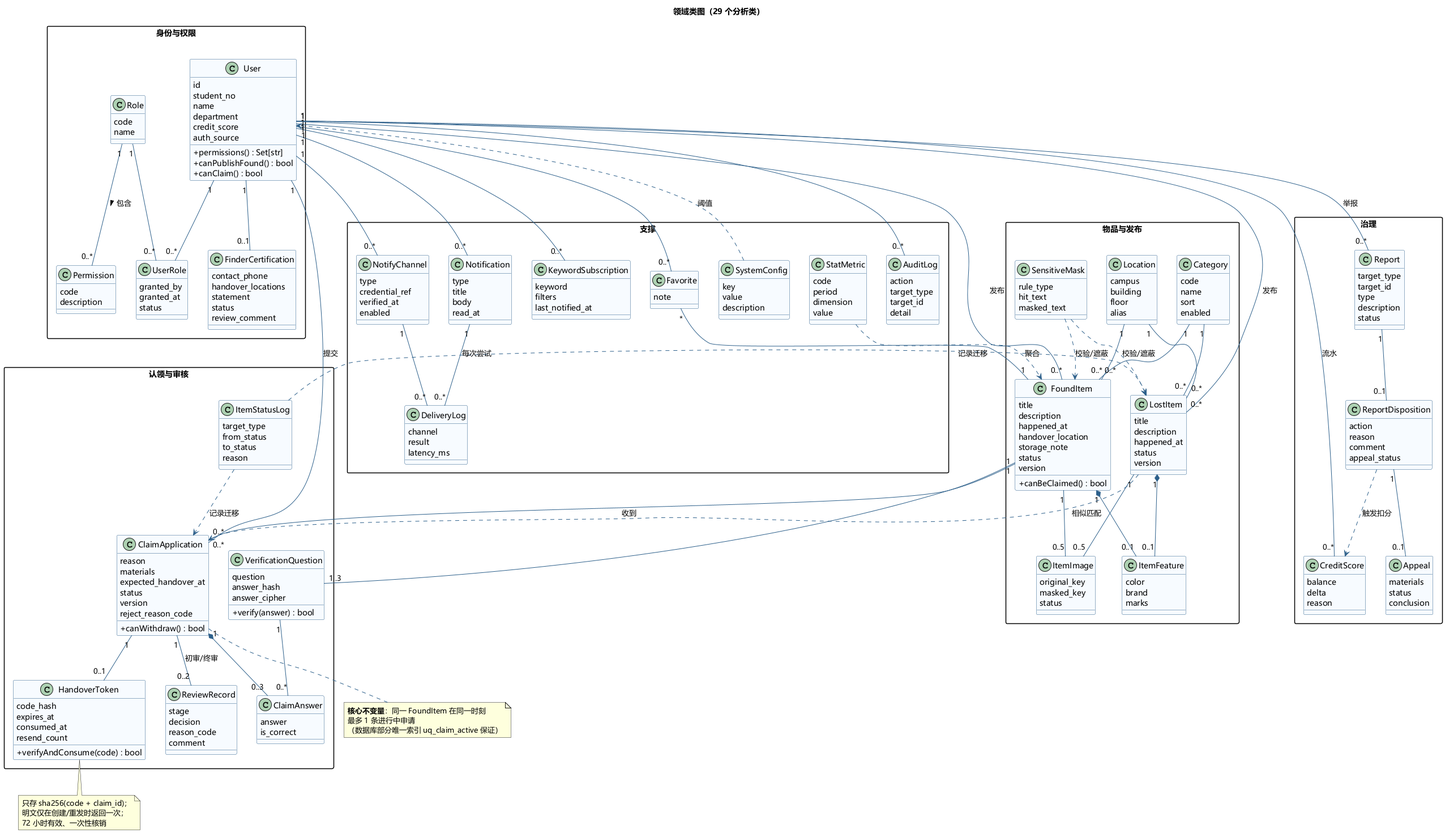
Earlier version of the PlantUML export docs/assets/domain.png (phao90016-jpg/Tongji-campus-lost-found). The source it was exported from:
```plantuml
@startuml domain
title 领域类图（29 个分析类）

skinparam shadowing false
skinparam defaultFontName "Microsoft YaHei"
skinparam classAttributeIconSize 0
skinparam packageStyle rectangle
skinparam class {
  BackgroundColor #F7FBFF
  BorderColor #2C5F8A
  ArrowColor #2C5F8A
}

package "身份与权限" {
  class User {
    id
    student_no
    name
    department
    credit_score
    auth_source
    + permissions() : Set[str]
    + canPublishFound() : bool
    + canClaim() : bool
  }
  class Role {
    code
    name
  }
  class Permission {
    code
    description
  }
  class UserRole {
    granted_by
    granted_at
    status
  }
  class FinderCertification {
    contact_phone
    handover_locations
    statement
    status
    review_comment
  }
}

package "物品与发布" {
  class Category {
    code
    name
    sort
    enabled
  }
  class Location {
    campus
    building
    floor
    alias
  }
  class LostItem {
    title
    description
    happened_at
    status
    version
  }
  class FoundItem {
    title
    description
    happened_at
    handover_location
    storage_note
    status
    version
    + canBeClaimed() : bool
  }
  class ItemImage {
    original_key
    masked_key
    status
  }
  class ItemFeature {
    color
    brand
    marks
  }
  class SensitiveMask {
    rule_type
    hit_text
    masked_text
  }
}

package "认领与审核" {
  class ClaimApplication {
    reason
    materials
    expected_handover_at
    status
    version
    reject_reason_code
    + canWithdraw() : bool
  }
  class VerificationQuestion {
    question
    answer_hash
    answer_cipher
    + verify(answer) : bool
  }
  class ClaimAnswer {
    answer
    is_correct
  }
  class ReviewRecord {
    stage
    decision
    reason_code
    comment
  }
  class HandoverToken {
    code_hash
    expires_at
    consumed_at
    resend_count
    + verifyAndConsume(code) : bool
  }
  class ItemStatusLog {
    target_type
    from_status
    to_status
    reason
  }
}

package "治理" {
  class Report {
    target_type
    target_id
    type
    description
    status
  }
  class ReportDisposition {
    action
    reason
    comment
    appeal_status
  }
  class CreditScore {
    balance
    delta
    reason
  }
  class Appeal {
    materials
    status
    conclusion
  }
}

package "支撑" {
  class Notification {
    type
    title
    body
    read_at
  }
  class NotifyChannel {
    type
    credential_ref
    verified_at
    enabled
  }
  class DeliveryLog {
    channel
    result
    latency_ms
  }
  class KeywordSubscription {
    keyword
    filters
    last_notified_at
  }
  class Favorite {
    note
  }
  class AuditLog {
    action
    target_type
    target_id
    detail
  }
  class StatMetric {
    code
    period
    dimension
    value
  }
  class SystemConfig {
    key
    value
    description
  }
}

User "1" -- "0..*" UserRole
Role "1" -- "0..*" UserRole
Role "1" -- "0..*" Permission : 包含 >
User "1" -- "0..1" FinderCertification

User "1" -- "0..*" LostItem : 发布
User "1" -- "0..*" FoundItem : 发布
Category "1" -- "0..*" LostItem
Category "1" -- "0..*" FoundItem
Location "1" -- "0..*" LostItem
Location "1" -- "0..*" FoundItem
LostItem "1" *-- "0..1" ItemFeature
FoundItem "1" *-- "0..1" ItemFeature
LostItem "1" -- "0..5" ItemImage
FoundItem "1" -- "0..5" ItemImage
SensitiveMask ..> LostItem : 校验/遮蔽
SensitiveMask ..> FoundItem : 校验/遮蔽

FoundItem "1" -- "1..3" VerificationQuestion
FoundItem "1" -- "0..*" ClaimApplication : 收到
User "1" -- "0..*" ClaimApplication : 提交
ClaimApplication "1" *-- "0..3" ClaimAnswer
VerificationQuestion "1" -- "0..*" ClaimAnswer
ClaimApplication "1" -- "0..2" ReviewRecord : 初审/终审
ClaimApplication "1" -- "0..1" HandoverToken
LostItem ..> ClaimApplication : 相似匹配
ItemStatusLog ..> LostItem : 记录迁移
ItemStatusLog ..> ClaimApplication : 记录迁移

User "1" -- "0..*" Report : 举报
Report "1" -- "0..1" ReportDisposition
ReportDisposition "1" -- "0..1" Appeal
ReportDisposition ..> CreditScore : 触发扣分
User "1" -- "0..*" CreditScore : 流水

User "1" -- "0..*" Notification
Notification "1" -- "0..*" DeliveryLog : 每次尝试
NotifyChannel "1" -- "0..*" DeliveryLog
User "1" -- "0..*" NotifyChannel
User "1" -- "0..*" KeywordSubscription
User "1" -- "0..*" Favorite
Favorite "*" -- "1" FoundItem
User "1" -- "0..*" AuditLog
StatMetric ..> FoundItem : 聚合
SystemConfig ..> User : 阈值

note bottom of ClaimApplication
  **核心不变量**：同一 FoundItem 在同一时刻
  最多 1 条进行中申请
  （数据库部分唯一索引 uq_claim_active 保证）
end note

note bottom of HandoverToken
  只存 sha256(code + claim_id)；
  明文仅在创建/重发时返回一次；
  72 小时有效、一次性核销
end note

@enduml
```
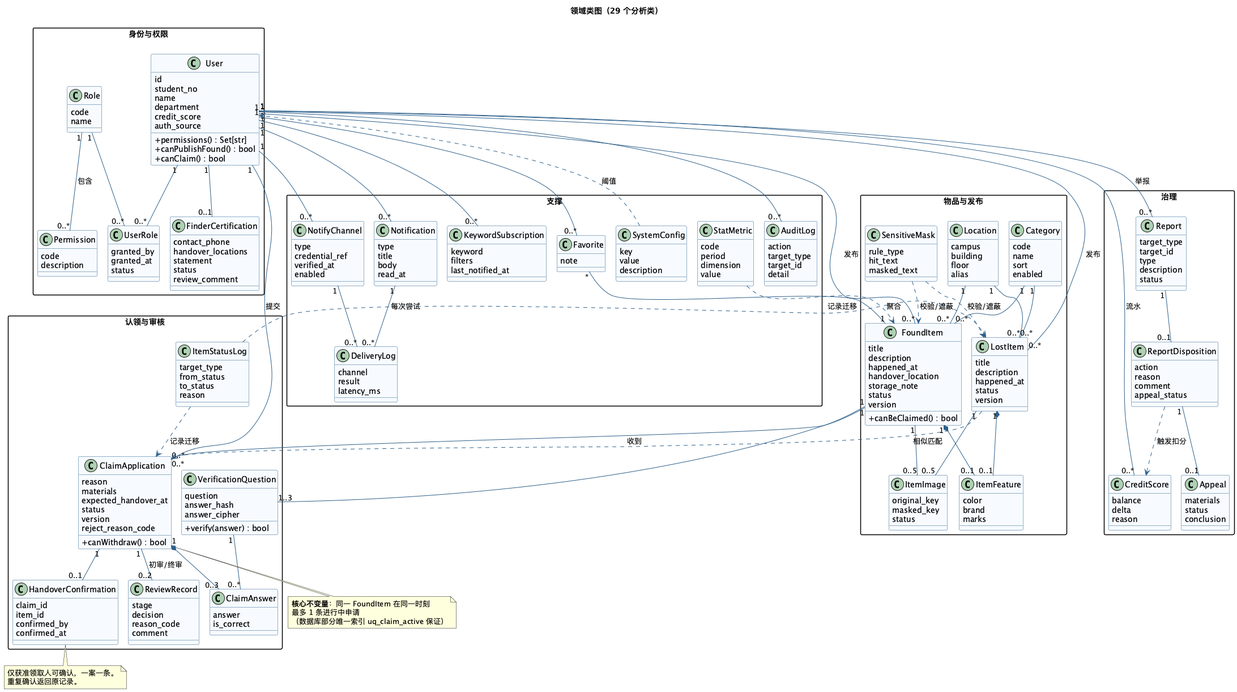
Later version of the same file.

What changed in the source:
```diff
@@ -1,4 +1,5 @@
 @startuml domain
+!pragma layout smetana
 title 领域类图（29 个分析类）
 
 skinparam shadowing false
@@ -118,12 +119,11 @@
     reason_code
     comment
   }
-  class HandoverToken {
-    code_hash
-    expires_at
-    consumed_at
-    resend_count
-    + verifyAndConsume(code) : bool
+  class HandoverConfirmation {
+    claim_id
+    item_id
+    confirmed_by
+    confirmed_at
   }
   class ItemStatusLog {
     target_type
@@ -228,7 +228,7 @@
 ClaimApplication "1" *-- "0..3" ClaimAnswer
 VerificationQuestion "1" -- "0..*" ClaimAnswer
 ClaimApplication "1" -- "0..2" ReviewRecord : 初审/终审
-ClaimApplication "1" -- "0..1" HandoverToken
+ClaimApplication "1" -- "0..1" HandoverConfirmation
 LostItem ..> ClaimApplication : 相似匹配
 ItemStatusLog ..> LostItem : 记录迁移
 ItemStatusLog ..> ClaimApplication : 记录迁移
@@ -256,10 +256,9 @@
   （数据库部分唯一索引 uq_claim_active 保证）
 end note
 
-note bottom of HandoverToken
-  只存 sha256(code + claim_id)；
-  明文仅在创建/重发时返回一次；
-  72 小时有效、一次性核销
+note bottom of HandoverConfirmation
+  仅获准领取人可确认，一案一条。
+  重复确认返回原记录。
 end note
 
 @enduml
```
